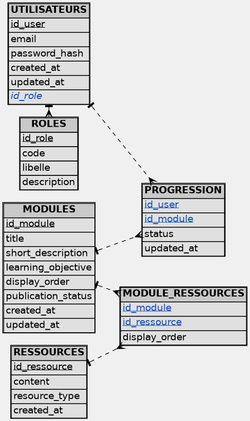
This is docs/diagrams/mld.png from Khadija-diop/Projet-chef-d-uvre-MicroSaaS, a Graphviz export, as it was before one commit. Its source is kept beside it as docs/diagrams/mld.dot.
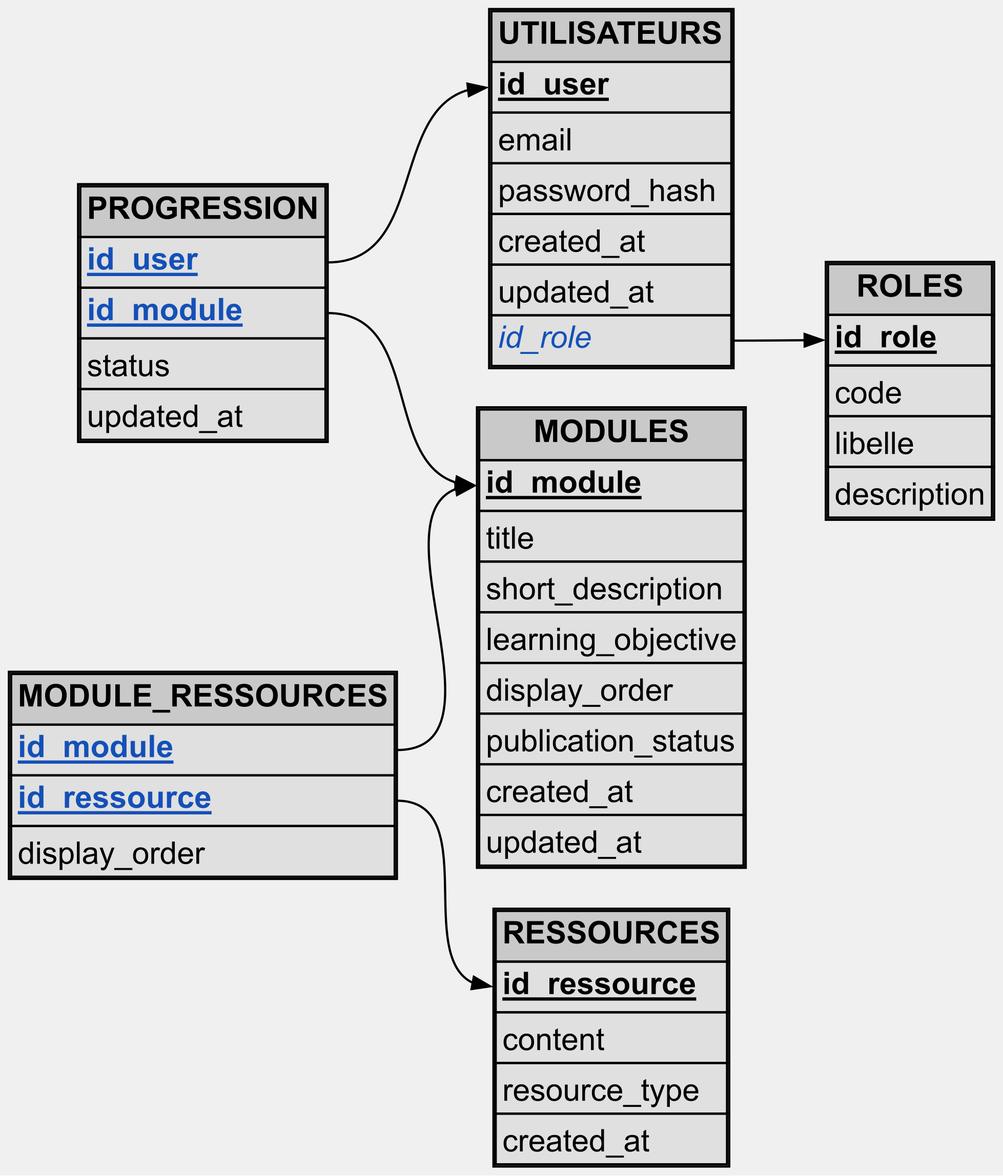
After the commit.

Diff of the diagram source:
```diff
@@ -2,14 +2,14 @@
   rankdir=LR;
   bgcolor="#F0F0F0";
   node [fontname="Helvetica"];
-  edge [fontname="Helvetica", fontsize=10, style=dashed, arrowhead=crow, arrowtail=tee, dir=both];
+  edge [fontname="Helvetica", fontsize=10, arrowhead=normal, arrowsize=0.8];
 
   node [shape=none, margin=0];
 
   ROLES [label=<
     <TABLE BORDER="1" CELLBORDER="1" CELLSPACING="0" BGCOLOR="#E0E0E0">
       <TR><TD BGCOLOR="#C9C9C9"><B>ROLES</B></TD></TR>
-      <TR><TD ALIGN="LEFT"><U>id_role</U></TD></TR>
+      <TR><TD ALIGN="LEFT" PORT="pk"><B><U>id_role</U></B></TD></TR>
       <TR><TD ALIGN="LEFT">code</TD></TR>
       <TR><TD ALIGN="LEFT">libelle</TD></TR>
       <TR><TD ALIGN="LEFT">description</TD></TR>
@@ -18,19 +18,19 @@
   USERS [label=<
     <TABLE BORDER="1" CELLBORDER="1" CELLSPACING="0" BGCOLOR="#E0E0E0">
       <TR><TD BGCOLOR="#C9C9C9"><B>UTILISATEURS</B></TD></TR>
-      <TR><TD ALIGN="LEFT"><U>id_user</U></TD></TR>
+      <TR><TD ALIGN="LEFT" PORT="pk"><B><U>id_user</U></B></TD></TR>
       <TR><TD ALIGN="LEFT">email</TD></TR>
       <TR><TD ALIGN="LEFT">password_hash</TD></TR>
       <TR><TD ALIGN="LEFT">created_at</TD></TR>
       <TR><TD ALIGN="LEFT">updated_at</TD></TR>
-      <TR><TD ALIGN="LEFT"><FONT COLOR="#1450B8"><I>id_role</I></FONT></TD></TR>
+      <TR><TD ALIGN="LEFT" PORT="fk_role"><FONT COLOR="#1450B8"><I>id_role</I></FONT></TD></TR>
     </TABLE>>];
 
   PROGRESS [label=<
     <TABLE BORDER="1" CELLBORDER="1" CELLSPACING="0" BGCOLOR="#E0E0E0">
       <TR><TD BGCOLOR="#C9C9C9"><B>PROGRESSION</B></TD></TR>
-      <TR><TD ALIGN="LEFT"><U><FONT COLOR="#1450B8">id_user</FONT></U></TD></TR>
-      <TR><TD ALIGN="LEFT"><U><FONT COLOR="#1450B8">id_module</FONT></U></TD></TR>
+      <TR><TD ALIGN="LEFT" PORT="fk_user"><B><U><FONT COLOR="#1450B8">id_user</FONT></U></B></TD></TR>
+      <TR><TD ALIGN="LEFT" PORT="fk_module"><B><U><FONT COLOR="#1450B8">id_module</FONT></U></B></TD></TR>
       <TR><TD ALIGN="LEFT">status</TD></TR>
       <TR><TD ALIGN="LEFT">updated_at</TD></TR>
     </TABLE>>];
@@ -38,7 +38,7 @@
   MODULES [label=<
     <TABLE BORDER="1" CELLBORDER="1" CELLSPACING="0" BGCOLOR="#E0E0E0">
       <TR><TD BGCOLOR="#C9C9C9"><B>MODULES</B></TD></TR>
-      <TR><TD ALIGN="LEFT"><U>id_module</U></TD></TR>
+      <TR><TD ALIGN="LEFT" PORT="pk"><B><U>id_module</U></B></TD></TR>
       <TR><TD ALIGN="LEFT">title</TD></TR>
       <TR><TD ALIGN="LEFT">short_description</TD></TR>
       <TR><TD ALIGN="LEFT">learning_objective</TD></TR>
@@ -51,7 +51,7 @@
   RESOURCES [label=<
     <TABLE BORDER="1" CELLBORDER="1" CELLSPACING="0" BGCOLOR="#E0E0E0">
       <TR><TD BGCOLOR="#C9C9C9"><B>RESSOURCES</B></TD></TR>
-      <TR><TD ALIGN="LEFT"><U>id_ressource</U></TD></TR>
+      <TR><TD ALIGN="LEFT" PORT="pk"><B><U>id_ressource</U></B></TD></TR>
       <TR><TD ALIGN="LEFT">content</TD></TR>
       <TR><TD ALIGN="LEFT">resource_type</TD></TR>
       <TR><TD ALIGN="LEFT">created_at</TD></TR>
@@ -60,20 +60,14 @@
   MODULE_RESOURCES [label=<
     <TABLE BORDER="1" CELLBORDER="1" CELLSPACING="0" BGCOLOR="#E0E0E0">
       <TR><TD BGCOLOR="#C9C9C9"><B>MODULE_RESSOURCES</B></TD></TR>
-      <TR><TD ALIGN="LEFT"><U><FONT COLOR="#1450B8">id_module</FONT></U></TD></TR>
-      <TR><TD ALIGN="LEFT"><U><FONT COLOR="#1450B8">id_ressource</FONT></U></TD></TR>
+      <TR><TD ALIGN="LEFT" PORT="fk_module"><B><U><FONT COLOR="#1450B8">id_module</FONT></U></B></TD></TR>
+      <TR><TD ALIGN="LEFT" PORT="fk_ressource"><B><U><FONT COLOR="#1450B8">id_ressource</FONT></U></B></TD></TR>
       <TR><TD ALIGN="LEFT">display_order</TD></TR>
     </TABLE>>];
 
-  USERS -> ROLES [dir=both, arrowtail=tee, arrowhead=crow];
-  USERS -> PROGRESS [dir=both, arrowtail=tee, arrowhead=crow];
-  MODULES -> PROGRESS [dir=both, arrowtail=tee, arrowhead=crow];
-  MODULES -> MODULE_RESOURCES [dir=both, arrowtail=tee, arrowhead=crow];
-  RESOURCES -> MODULE_RESOURCES [dir=both, arrowtail=tee, arrowhead=crow];
-
-  { rank=same; ROLES; USERS; }
-  { rank=same; PROGRESS; }
-  { rank=same; MODULES; }
-  { rank=same; MODULE_RESOURCES; }
-  { rank=same; RESOURCES; }
+  USERS:fk_role:e -> ROLES:pk:w;
+  PROGRESS:fk_user:e -> USERS:pk:w;
+  PROGRESS:fk_module:e -> MODULES:pk:w;
+  MODULE_RESOURCES:fk_module:e -> MODULES:pk:w;
+  MODULE_RESOURCES:fk_ressource:e -> RESOURCES:pk:w;
 }
```
